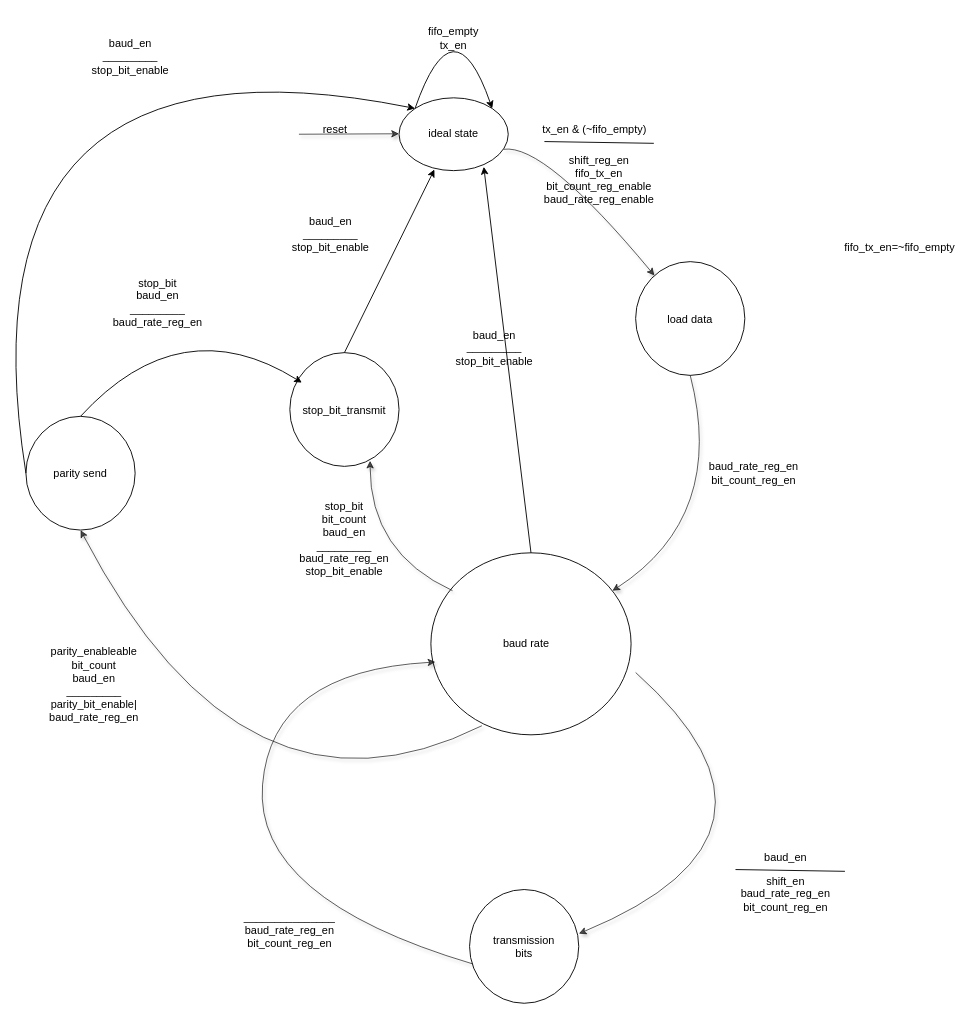
The draw.io diagram page "controller" (2 of 2) of uart/docs/UART_Tx.drawio in MuhammadBoota09299/Computer_Architecture_Lab, before the edit. Source tidied: cells renumbered, new cells numbered last; positions are measured from the earlier drawing's top-left corner, leaving out a move shared by most shapes. Both pictures are drawn from the tidied source at 91%, with x=0, y=0 at pixel (-47, -3).
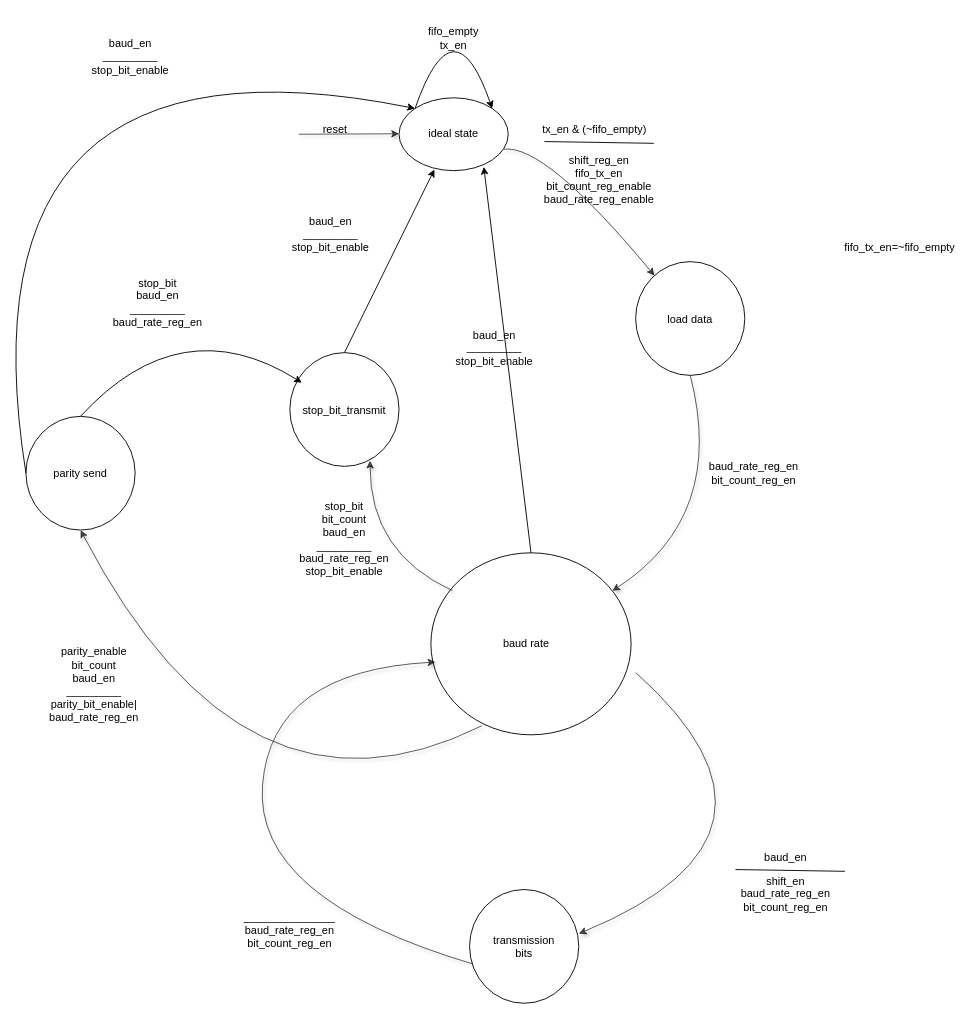
After the change.

What changed in the source:
```diff
@@
-    <mxCell id="35" value="parity_enableable&lt;br&gt;bit_count&lt;br&gt;baud_en&lt;br&gt;_________&lt;div&gt;parity_bit_enable|&lt;br&gt;baud_rate_reg_en&lt;/div&gt;" style="text;html=1;align=center;verticalAlign=middle;whiteSpace=wrap;rounded=0;" parent="1" vertex="1">
+    <mxCell id="35" value="parity_enable&lt;br&gt;bit_count&lt;br&gt;baud_en&lt;br&gt;_________&lt;div&gt;parity_bit_enable|&lt;br&gt;baud_rate_reg_en&lt;/div&gt;" style="text;html=1;align=center;verticalAlign=middle;whiteSpace=wrap;rounded=0;" parent="1" vertex="1">
       <mxGeometry x="90" y="710" width="130" height="90" as="geometry" />
     </mxCell>
```
